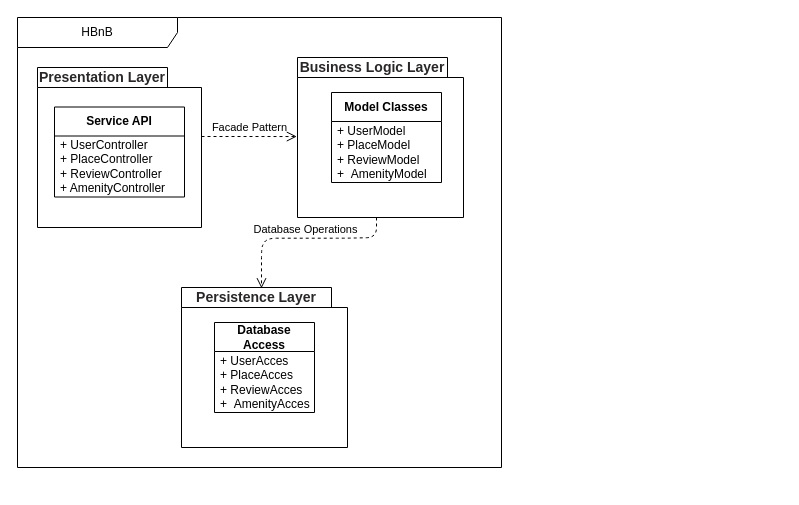
Above: diagrams/package/hbnb_package_diagram.drawio in melvinredondotanis/holbertonschool-hbnb (draw.io), before the change. Source tidied: cells renumbered, new cells numbered last; positions are measured from the earlier drawing's top-left corner, leaving out a move shared by most shapes. Both pictures are drawn from the tidied source at 100%, with x=0, y=0 at pixel (17, 17).
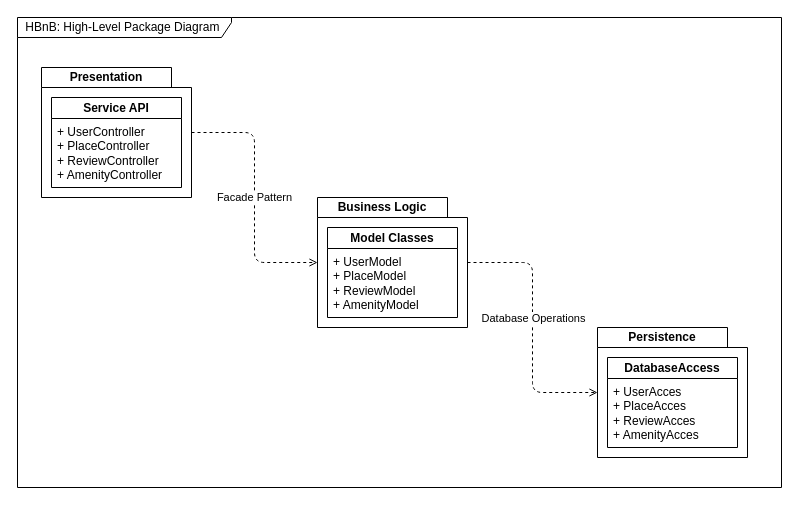
The same page after the edit.

What changed in the source:
```diff
@@
 <mxGraphModel>
   <root>
     <mxCell id="0" />
     <mxCell id="1" parent="0" />
-    <mxCell id="2" value="HBnB" style="shape=umlFrame;whiteSpace=wrap;html=1;width=160;" parent="1" vertex="1">
-      <mxGeometry width="484" height="450" as="geometry" />
+    <mxCell id="2" value="HBnB: High-Level Package Diagram&amp;nbsp;" style="shape=umlFrame;whiteSpace=wrap;html=1;width=214;height=20;" parent="1" vertex="1">
+      <mxGeometry width="764" height="470" as="geometry" />
     </mxCell>
-    <mxCell id="3" value="&lt;strong style=&quot;box-sizing: border-box; color: rgb(41, 39, 40); font-family: aktiv-grotesk, sans-serif; font-size: 14px; text-align: left; background-color: rgb(255, 255, 255);&quot;&gt;Business Logic Layer&lt;/strong&gt;" style="shape=folder;fontStyle=1;tabWidth=150;tabHeight=20;tabPosition=left;html=1;boundedLbl=1;labelInHeader=1;whiteSpace=wrap;" parent="2" vertex="1">
-      <mxGeometry x="280" y="40" width="166" height="160" as="geometry" />
-    </mxCell>
+    <mxCell id="14" value="Presentation" style="shape=folder;fontStyle=1;tabWidth=130;tabHeight=20;tabPosition=left;html=1;boundedLbl=1;labelInHeader=1;whiteSpace=wrap;" parent="2" vertex="1">
+      <mxGeometry x="24" y="50" width="150" height="130" as="geometry" />
+    </mxCell>
+    <mxCell id="8" value="Service API" style="swimlane;fontStyle=1;align=center;verticalAlign=middle;horizontal=1;startSize=21;html=1;whiteSpace=wrap;" parent="14" vertex="1">
+      <mxGeometry x="10" y="30" width="130" height="90" as="geometry" />
+    </mxCell>
+    <mxCell id="9" value="+ UserController&lt;div&gt;+ Place&lt;span style=&quot;background-color: initial;&quot;&gt;Controller&lt;/span&gt;&lt;/div&gt;&lt;div&gt;+ Review&lt;span style=&quot;background-color: initial;&quot;&gt;Controller&lt;/span&gt;&lt;/div&gt;&lt;div&gt;+ Amenity&lt;span style=&quot;background-color: initial;&quot;&gt;Controller&lt;/span&gt;&lt;/div&gt;" style="text;html=1;strokeColor=none;fillColor=none;align=left;verticalAlign=middle;spacingLeft=4;spacingRight=4;overflow=hidden;whiteSpace=wrap;" parent="8" vertex="1">
+      <mxGeometry y="21" width="130" height="69" as="geometry" />
+    </mxCell>
+    <mxCell id="15" value="Persistence" style="shape=folder;fontStyle=1;tabWidth=130;tabHeight=20;tabPosition=left;html=1;boundedLbl=1;labelInHeader=1;whiteSpace=wrap;" parent="2" vertex="1">
+      <mxGeometry x="580" y="310" width="150" height="130" as="geometry" />
+    </mxCell>
+    <mxCell id="16" value="DatabaseAccess" style="swimlane;fontStyle=1;align=center;verticalAlign=middle;horizontal=1;startSize=21;html=1;whiteSpace=wrap;" parent="15" vertex="1">
+      <mxGeometry x="10" y="30" width="130" height="90" as="geometry" />
+    </mxCell>
+    <mxCell id="12" value="+ UserAcces&lt;div&gt;+ PlaceAcces&lt;/div&gt;&lt;div&gt;+ ReviewAcces&lt;/div&gt;&lt;div&gt;+ AmenityAcces&lt;/div&gt;" style="text;html=1;strokeColor=none;fillColor=none;align=left;verticalAlign=middle;spacingLeft=4;spacingRight=4;overflow=hidden;whiteSpace=wrap;" parent="16" vertex="1">
+      <mxGeometry y="21" width="130" height="69" as="geometry" />
+    </mxCell>
+    <mxCell id="17" value="Business Logic" style="shape=folder;fontStyle=1;tabWidth=130;tabHeight=20;tabPosition=left;html=1;boundedLbl=1;labelInHeader=1;whiteSpace=wrap;" parent="2" vertex="1">
+      <mxGeometry x="300" y="180" width="150" height="130" as="geometry" />
+    </mxCell>
-    <mxCell id="4" value="Model Classes" style="swimlane;fontStyle=1;align=center;verticalAlign=middle;horizontal=1;startSize=29;html=1;whiteSpace=wrap;" parent="3" vertex="1">
-      <mxGeometry x="34" y="35" width="110" height="90" as="geometry" />
+    <mxCell id="4" value="Model Classes" style="swimlane;fontStyle=1;align=center;verticalAlign=middle;horizontal=1;startSize=21;html=1;whiteSpace=wrap;" parent="17" vertex="1">
+      <mxGeometry x="10" y="30" width="130" height="90" as="geometry" />
     </mxCell>
-    <mxCell id="5" value="+ UserModel&lt;div&gt;+ PlaceModel&lt;/div&gt;&lt;div&gt;+ ReviewModel&lt;/div&gt;&lt;div&gt;+&amp;nbsp;&amp;nbsp;AmenityModel&lt;/div&gt;" style="text;html=1;strokeColor=none;fillColor=none;align=left;verticalAlign=middle;spacingLeft=4;spacingRight=4;overflow=hidden;whiteSpace=wrap;" parent="4" vertex="1">
-      <mxGeometry y="29" width="110" height="61" as="geometry" />
+    <mxCell id="5" value="+ UserModel&lt;div&gt;+ PlaceModel&lt;/div&gt;&lt;div&gt;+ ReviewModel&lt;/div&gt;&lt;div&gt;+ AmenityModel&lt;/div&gt;" style="text;html=1;strokeColor=none;fillColor=none;align=left;verticalAlign=middle;spacingLeft=4;spacingRight=4;overflow=hidden;whiteSpace=wrap;" parent="4" vertex="1">
+      <mxGeometry y="21" width="130" height="69" as="geometry" />
     </mxCell>
+    <mxCell id="18" style="edgeStyle=orthogonalEdgeStyle;rounded=1;jettySize=auto;html=1;endArrow=open;endFill=0;dashed=1;curved=0;" parent="2" edge="1" source="17" target="15">
+      <mxGeometry relative="1" as="geometry" />
+    </mxCell>
+    <mxCell id="13" value="Database Operations" style="edgeLabel;html=1;align=center;verticalAlign=middle;" parent="18" vertex="1">
+      <mxGeometry x="-0.08" relative="1" as="geometry" />
+    </mxCell>
-    <mxCell id="6" value="Facade Pattern" style="endArrow=open;startArrow=none;endFill=0;startFill=0;endSize=8;html=1;verticalAlign=bottom;dashed=1;labelBackgroundColor=none;rounded=0;entryX=-0.004;entryY=0.494;entryDx=0;entryDy=0;entryPerimeter=0;" parent="3" edge="1" target="3">
-      <mxGeometry relative="1" as="geometry">
-        <mxPoint x="-96" y="79" as="sourcePoint" />
-      </mxGeometry>
+    <mxCell id="6" value="Facade Pattern" style="edgeStyle=orthogonalEdgeStyle;rounded=1;jettySize=auto;html=1;dashed=1;endArrow=open;endFill=0;curved=0;strokeColor=default;" parent="2" edge="1" source="14" target="17">
+      <mxGeometry relative="1" as="geometry" />
     </mxCell>
-    <mxCell id="7" value="&lt;strong style=&quot;box-sizing: border-box; color: rgb(41, 39, 40); font-family: aktiv-grotesk, sans-serif; font-size: 14px; text-align: left; background-color: rgb(255, 255, 255);&quot;&gt;Presentation Layer&lt;/strong&gt;" style="shape=folder;fontStyle=1;tabWidth=130;tabHeight=20;tabPosition=left;html=1;boundedLbl=1;labelInHeader=1;whiteSpace=wrap;" parent="2" vertex="1">
-      <mxGeometry x="20" y="50" width="164" height="160" as="geometry" />
-    </mxCell>
-    <mxCell id="8" value="Service API" style="swimlane;fontStyle=1;align=center;verticalAlign=middle;horizontal=1;startSize=29;html=1;whiteSpace=wrap;" parent="7" vertex="1">
-      <mxGeometry x="17" y="39.5" width="130" height="90" as="geometry" />
-    </mxCell>
-    <mxCell id="9" value="+ UserController&lt;div&gt;+ Place&lt;span style=&quot;background-color: initial;&quot;&gt;Controller&lt;/span&gt;&lt;/div&gt;&lt;div&gt;+ Review&lt;span style=&quot;background-color: initial;&quot;&gt;Controller&lt;/span&gt;&lt;/div&gt;&lt;div&gt;+ Amenity&lt;span style=&quot;background-color: initial;&quot;&gt;Controller&lt;/span&gt;&lt;/div&gt;" style="text;html=1;strokeColor=none;fillColor=none;align=left;verticalAlign=middle;spacingLeft=4;spacingRight=4;overflow=hidden;whiteSpace=wrap;" parent="8" vertex="1">
-      <mxGeometry y="29" width="130" height="61" as="geometry" />
-    </mxCell>
-    <mxCell id="10" value="&lt;strong style=&quot;box-sizing: border-box; color: rgb(41, 39, 40); font-family: aktiv-grotesk, sans-serif; font-size: 14px; text-align: left; background-color: rgb(255, 255, 255);&quot;&gt;Persistence Layer&lt;/strong&gt;" style="shape=folder;fontStyle=1;tabWidth=150;tabHeight=20;tabPosition=left;html=1;boundedLbl=1;labelInHeader=1;whiteSpace=wrap;" parent="2" vertex="1">
-      <mxGeometry x="164" y="270" width="166" height="160" as="geometry" />
-    </mxCell>
-    <mxCell id="11" value="Database Access" style="swimlane;fontStyle=1;align=center;verticalAlign=middle;horizontal=1;startSize=29;html=1;whiteSpace=wrap;" parent="10" vertex="1">
-      <mxGeometry x="33" y="35" width="100" height="90" as="geometry" />
-    </mxCell>
-    <mxCell id="12" value="+ UserAcces&lt;div&gt;+ PlaceAcces&lt;/div&gt;&lt;div&gt;+ ReviewAcces&lt;/div&gt;&lt;div&gt;+&amp;nbsp;&lt;span style=&quot;background-color: initial;&quot;&gt;&amp;nbsp;&lt;/span&gt;&lt;span style=&quot;background-color: initial;&quot;&gt;AmenityAcces&lt;/span&gt;&lt;/div&gt;" style="text;html=1;strokeColor=none;fillColor=none;align=left;verticalAlign=middle;spacingLeft=4;spacingRight=4;overflow=hidden;whiteSpace=wrap;" parent="11" vertex="1">
-      <mxGeometry y="29" width="100" height="61" as="geometry" />
-    </mxCell>
-    <mxCell id="13" value="Database Operations" style="endArrow=open;startArrow=none;endFill=0;startFill=0;endSize=8;html=1;verticalAlign=bottom;dashed=1;labelBackgroundColor=none;rounded=1;entryX=0;entryY=0;entryDx=75;entryDy=0;entryPerimeter=0;curved=0;" parent="2" edge="1">
-      <mxGeometry relative="1" as="geometry">
-        <mxPoint x="359" y="200" as="sourcePoint" />
-        <mxPoint x="244" y="270.7" as="targetPoint" />
-        <Array as="points">
-          <mxPoint x="359" y="220" />
-          <mxPoint x="329" y="220.7" />
-          <mxPoint x="249" y="220.7" />
-          <mxPoint x="244" y="230" />
-        </Array>
-      </mxGeometry>
-    </mxCell>
   </root>
 </mxGraphModel>
```
